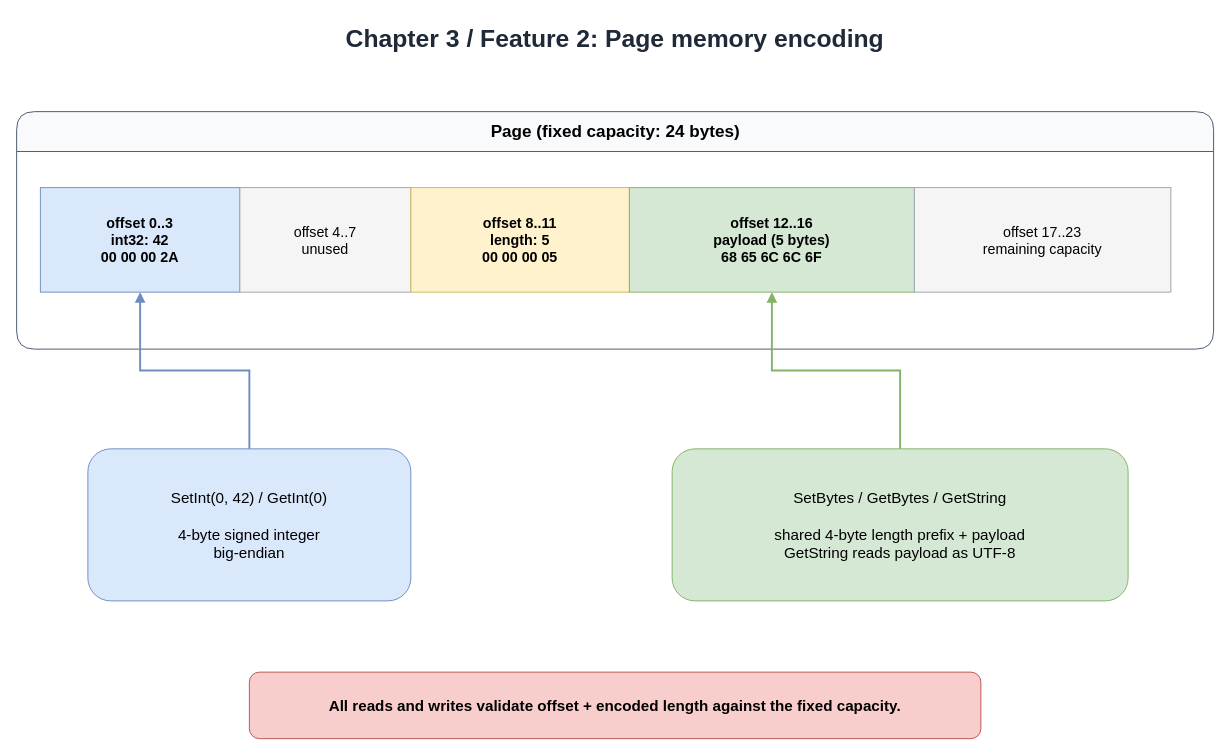
Rwatana/simledb_in_go keeps this draw.io diagram as docs/diagrams/ch03-page-encoding.drawio. Above is the earlier version. Source tidied: cells renumbered, new cells numbered last; positions are measured from the earlier drawing's top-left corner, leaving out a move shared by most shapes. Both pictures are drawn from the tidied source at 95%, with x=0, y=0 at pixel (16, 16).
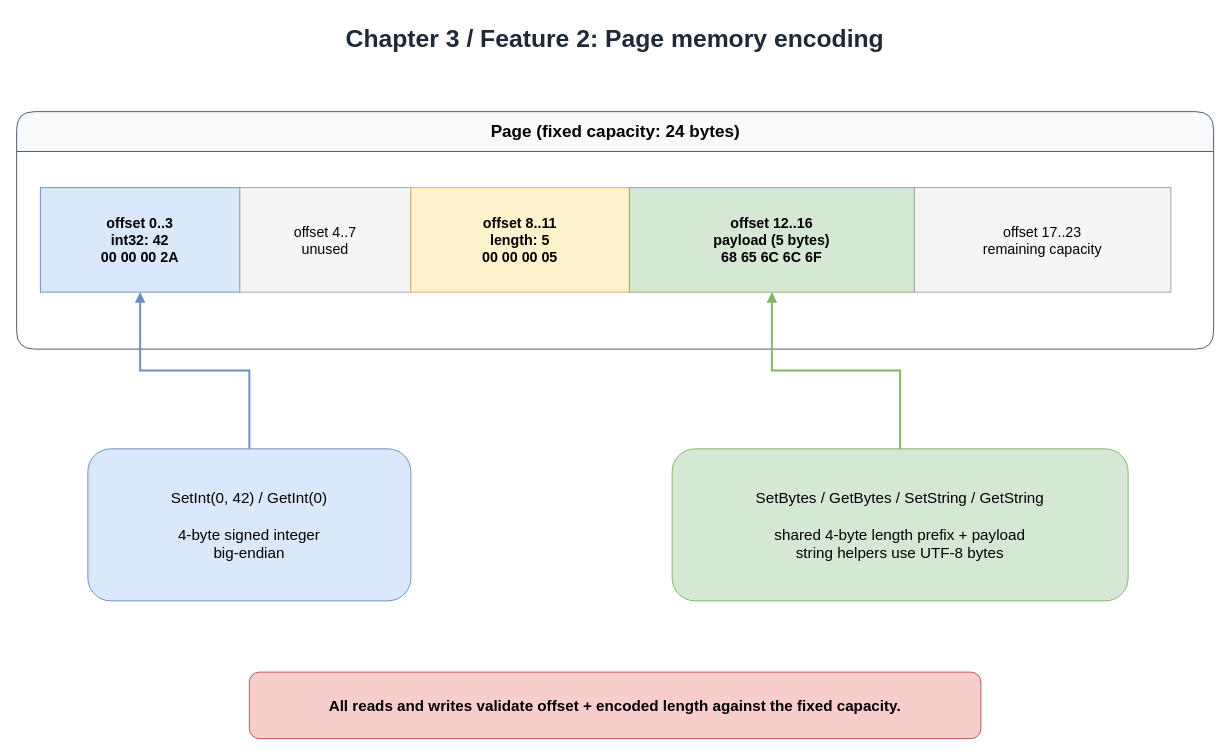
The same page after the edit.

Commit message (it also covers changes not shown here):
feat: write length-prefixed strings to storage pages (#1195)

The edit, as a diff of the source:
```diff
@@
 <mxGraphModel>
   <root>
     <mxCell id="0" />
     <mxCell id="1" parent="0" />
     <mxCell id="2" value="Chapter 3 / Feature 2: Page memory encoding" style="text;html=1;strokeColor=none;fillColor=none;align=center;verticalAlign=middle;whiteSpace=wrap;fontSize=26;fontStyle=1;fontColor=#1f2937;" parent="1" vertex="1">
       <mxGeometry x="270" width="720" height="45" as="geometry" />
     </mxCell>
     <mxCell id="3" value="Page (fixed capacity: 24 bytes)" style="swimlane;html=1;startSize=42;rounded=1;fillColor=#f8fafc;strokeColor=#475569;fontStyle=1;fontSize=18;" parent="1" vertex="1">
       <mxGeometry y="100" width="1260" height="250" as="geometry" />
     </mxCell>
     <mxCell id="4" value="offset 0..3&#10;int32: 42&#10;00 00 00 2A" style="rounded=0;whiteSpace=wrap;html=1;fillColor=#dae8fc;strokeColor=#6c8ebf;fontSize=15;fontStyle=1;" parent="3" vertex="1">
       <mxGeometry x="25" y="80" width="210" height="110" as="geometry" />
     </mxCell>
     <mxCell id="5" value="offset 4..7&#10;unused" style="rounded=0;whiteSpace=wrap;html=1;fillColor=#f5f5f5;strokeColor=#9ca3af;fontSize=15;" parent="3" vertex="1">
       <mxGeometry x="235" y="80" width="180" height="110" as="geometry" />
     </mxCell>
     <mxCell id="6" value="offset 8..11&#10;length: 5&#10;00 00 00 05" style="rounded=0;whiteSpace=wrap;html=1;fillColor=#fff2cc;strokeColor=#d6b656;fontSize=15;fontStyle=1;" parent="3" vertex="1">
       <mxGeometry x="415" y="80" width="230" height="110" as="geometry" />
     </mxCell>
     <mxCell id="7" value="offset 12..16&#10;payload (5 bytes)&#10;68 65 6C 6C 6F" style="rounded=0;whiteSpace=wrap;html=1;fillColor=#d5e8d4;strokeColor=#82b366;fontSize=15;fontStyle=1;" parent="3" vertex="1">
       <mxGeometry x="645" y="80" width="300" height="110" as="geometry" />
     </mxCell>
     <mxCell id="8" value="offset 17..23&#10;remaining capacity" style="rounded=0;whiteSpace=wrap;html=1;fillColor=#f5f5f5;strokeColor=#9ca3af;fontSize=15;" parent="3" vertex="1">
       <mxGeometry x="945" y="80" width="270" height="110" as="geometry" />
     </mxCell>
     <mxCell id="9" value="SetInt(0, 42) / GetInt(0)&#10;&#10;4-byte signed integer&#10;big-endian" style="rounded=1;whiteSpace=wrap;html=1;fillColor=#dae8fc;strokeColor=#6c8ebf;fontSize=16;" parent="1" vertex="1">
       <mxGeometry x="75" y="455" width="340" height="160" as="geometry" />
     </mxCell>
-    <mxCell id="10" value="SetBytes / GetBytes / GetString&#10;&#10;shared 4-byte length prefix + payload&#10;GetString reads payload as UTF-8" style="rounded=1;whiteSpace=wrap;html=1;fillColor=#d5e8d4;strokeColor=#82b366;fontSize=16;" parent="1" vertex="1">
+    <mxCell id="10" value="SetBytes / GetBytes / SetString / GetString&#10;&#10;shared 4-byte length prefix + payload&#10;string helpers use UTF-8 bytes" style="rounded=1;whiteSpace=wrap;html=1;fillColor=#d5e8d4;strokeColor=#82b366;fontSize=16;" parent="1" vertex="1">
       <mxGeometry x="690" y="455" width="480" height="160" as="geometry" />
     </mxCell>
     <mxCell id="11" style="edgeStyle=orthogonalEdgeStyle;rounded=0;html=1;endArrow=block;endFill=1;strokeWidth=2;strokeColor=#6c8ebf;" parent="1" edge="1" source="9" target="4">
       <mxGeometry relative="1" as="geometry" />
     </mxCell>
     <mxCell id="12" style="edgeStyle=orthogonalEdgeStyle;rounded=0;html=1;endArrow=block;endFill=1;strokeWidth=2;strokeColor=#82b366;" parent="1" edge="1" source="10" target="7">
       <mxGeometry relative="1" as="geometry" />
     </mxCell>
     <mxCell id="13" value="All reads and writes validate offset + encoded length against the fixed capacity." style="rounded=1;whiteSpace=wrap;html=1;fillColor=#f8cecc;strokeColor=#b85450;fontSize=16;fontStyle=1;" parent="1" vertex="1">
       <mxGeometry x="245" y="690" width="770" height="70" as="geometry" />
     </mxCell>
   </root>
 </mxGraphModel>
```
